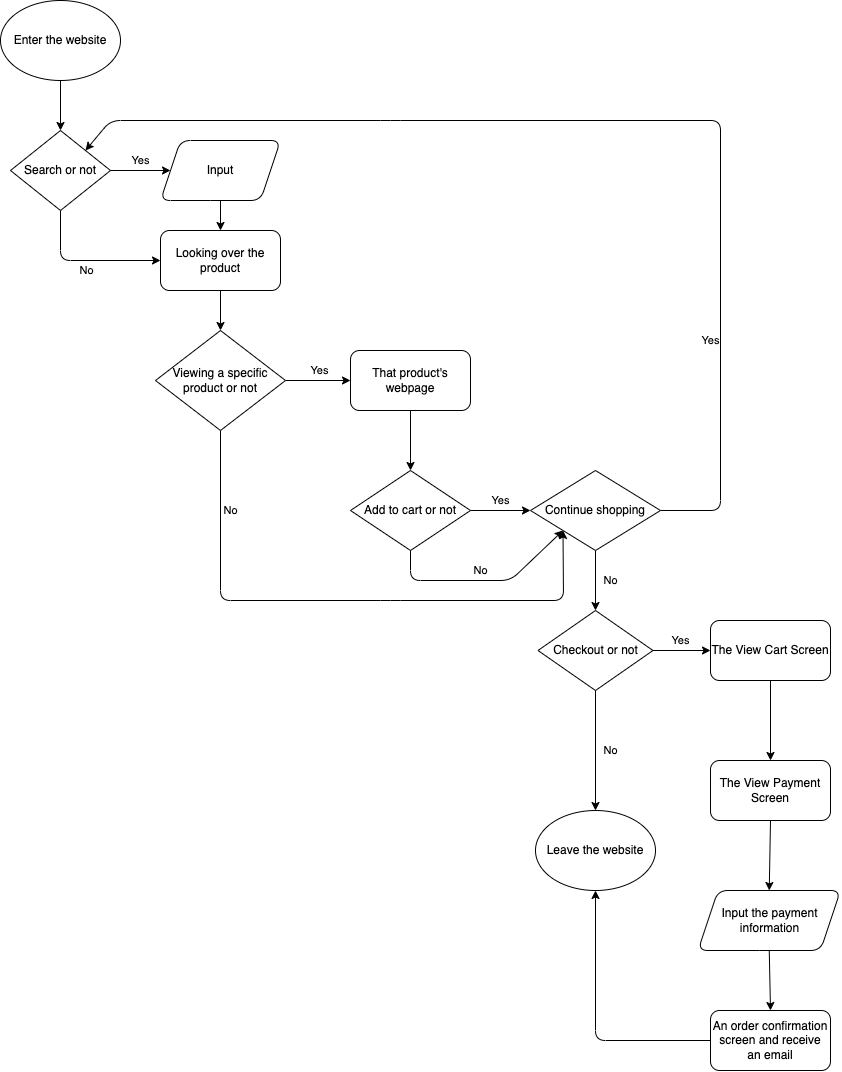
Before: explore/diagramming/diagram.drawio.png, a diagram exported from draw.io (VickyShu/fa22-cse110-lab4). Source tidied: cells renumbered, new cells last; positions are measured from the earlier drawing's top-left corner, leaving out a move shared by most shapes. The source it was exported from:
```xml
<mxGraphModel>
  <root>
    <mxCell id="0" />
    <mxCell id="1" parent="0" />
    <mxCell id="2" style="edgeStyle=none;html=1;exitX=0.5;exitY=1;exitDx=0;exitDy=0;entryX=0.5;entryY=0;entryDx=0;entryDy=0;" parent="1" edge="1" source="3" target="6">
      <mxGeometry relative="1" as="geometry" />
    </mxCell>
    <mxCell id="3" value="Enter the website" style="ellipse;whiteSpace=wrap;html=1;" parent="1" vertex="1">
      <mxGeometry width="120" height="80" as="geometry" />
    </mxCell>
    <mxCell id="4" value="Yes" style="edgeStyle=none;html=1;exitX=1;exitY=0.5;exitDx=0;exitDy=0;" parent="1" edge="1" source="6" target="8">
      <mxGeometry y="10" relative="1" as="geometry" />
    </mxCell>
    <mxCell id="5" value="No" style="edgeStyle=none;html=1;exitX=0.5;exitY=1;exitDx=0;exitDy=0;entryX=0;entryY=0.5;entryDx=0;entryDy=0;" parent="1" edge="1" source="6" target="10">
      <mxGeometry y="-10" relative="1" as="geometry">
        <Array as="points">
          <mxPoint x="60" y="260" />
        </Array>
      </mxGeometry>
    </mxCell>
    <mxCell id="6" value="Search or not" style="rhombus;whiteSpace=wrap;html=1;" parent="1" vertex="1">
      <mxGeometry x="10" y="130" width="100" height="80" as="geometry" />
    </mxCell>
    <mxCell id="7" style="edgeStyle=none;html=1;exitX=0.5;exitY=1;exitDx=0;exitDy=0;entryX=0.5;entryY=0;entryDx=0;entryDy=0;" parent="1" edge="1" source="8" target="10">
      <mxGeometry relative="1" as="geometry" />
    </mxCell>
    <mxCell id="8" value="Input" style="shape=parallelogram;perimeter=parallelogramPerimeter;whiteSpace=wrap;html=1;fixedSize=1;rounded=1;" parent="1" vertex="1">
      <mxGeometry x="160" y="140" width="120" height="60" as="geometry" />
    </mxCell>
    <mxCell id="9" style="edgeStyle=none;html=1;exitX=0.5;exitY=1;exitDx=0;exitDy=0;entryX=0.5;entryY=0;entryDx=0;entryDy=0;" parent="1" edge="1" source="10" target="13">
      <mxGeometry relative="1" as="geometry" />
    </mxCell>
    <mxCell id="10" value="Looking over the product" style="rounded=1;whiteSpace=wrap;html=1;" parent="1" vertex="1">
      <mxGeometry x="160" y="230" width="120" height="60" as="geometry" />
    </mxCell>
    <mxCell id="11" value="Yes" style="edgeStyle=none;html=1;exitX=1;exitY=0.5;exitDx=0;exitDy=0;entryX=0;entryY=0.5;entryDx=0;entryDy=0;" parent="1" edge="1" source="13" target="15">
      <mxGeometry x="0.08" y="10" relative="1" as="geometry" />
    </mxCell>
    <mxCell id="12" value="No" style="edgeStyle=none;html=1;exitX=0.5;exitY=1;exitDx=0;exitDy=0;entryX=0;entryY=1;entryDx=0;entryDy=0;" parent="1" edge="1" source="13" target="21">
      <mxGeometry x="-0.73" y="10" relative="1" as="geometry">
        <Array as="points">
          <mxPoint x="220" y="600" />
          <mxPoint x="390" y="600" />
          <mxPoint x="563" y="600" />
        </Array>
      </mxGeometry>
    </mxCell>
    <mxCell id="13" value="Viewing a specific product or not" style="rhombus;whiteSpace=wrap;html=1;rounded=0;" parent="1" vertex="1">
      <mxGeometry x="155" y="330" width="130" height="100" as="geometry" />
    </mxCell>
    <mxCell id="14" style="edgeStyle=none;html=1;exitX=0.5;exitY=1;exitDx=0;exitDy=0;entryX=0.5;entryY=0;entryDx=0;entryDy=0;" parent="1" edge="1" source="15" target="18">
      <mxGeometry relative="1" as="geometry" />
    </mxCell>
    <mxCell id="15" value="That product's webpage" style="rounded=1;whiteSpace=wrap;html=1;" parent="1" vertex="1">
      <mxGeometry x="350" y="350" width="120" height="60" as="geometry" />
    </mxCell>
    <mxCell id="16" value="Yes" style="edgeStyle=none;html=1;exitX=1;exitY=0.5;exitDx=0;exitDy=0;entryX=0;entryY=0.5;entryDx=0;entryDy=0;" parent="1" edge="1" source="18" target="21">
      <mxGeometry y="10" relative="1" as="geometry" />
    </mxCell>
    <mxCell id="17" value="No" style="edgeStyle=none;html=1;exitX=0.5;exitY=1;exitDx=0;exitDy=0;entryX=0;entryY=1;entryDx=0;entryDy=0;" parent="1" edge="1" source="18" target="21">
      <mxGeometry x="-0.01" y="10" relative="1" as="geometry">
        <Array as="points">
          <mxPoint x="410" y="580" />
          <mxPoint x="510" y="580" />
        </Array>
      </mxGeometry>
    </mxCell>
    <mxCell id="18" value="Add to cart or not" style="rhombus;whiteSpace=wrap;html=1;rounded=0;" parent="1" vertex="1">
      <mxGeometry x="350" y="470" width="120" height="80" as="geometry" />
    </mxCell>
    <mxCell id="19" value="Yes" style="edgeStyle=none;html=1;exitX=1;exitY=0.5;exitDx=0;exitDy=0;entryX=1;entryY=0;entryDx=0;entryDy=0;" parent="1" edge="1" source="21" target="6">
      <mxGeometry x="-0.58" y="10" relative="1" as="geometry">
        <Array as="points">
          <mxPoint x="720" y="510" />
          <mxPoint x="720" y="120" />
          <mxPoint x="390" y="120" />
          <mxPoint x="110" y="120" />
        </Array>
      </mxGeometry>
    </mxCell>
    <mxCell id="20" value="No" style="edgeStyle=none;html=1;exitX=0.5;exitY=1;exitDx=0;exitDy=0;entryX=0.5;entryY=0;entryDx=0;entryDy=0;" parent="1" edge="1" source="21" target="24">
      <mxGeometry y="15" relative="1" as="geometry" />
    </mxCell>
    <mxCell id="21" value="Continue shopping" style="rhombus;whiteSpace=wrap;html=1;rounded=0;" parent="1" vertex="1">
      <mxGeometry x="530" y="470" width="130" height="80" as="geometry" />
    </mxCell>
    <mxCell id="22" value="Yes" style="edgeStyle=none;html=1;exitX=1;exitY=0.5;exitDx=0;exitDy=0;entryX=0;entryY=0.5;entryDx=0;entryDy=0;" parent="1" edge="1" source="24" target="26">
      <mxGeometry x="-0.04" y="10" relative="1" as="geometry" />
    </mxCell>
    <mxCell id="23" value="No" style="edgeStyle=none;html=1;exitX=0.5;exitY=1;exitDx=0;exitDy=0;entryX=0.5;entryY=0;entryDx=0;entryDy=0;" parent="1" edge="1" source="24" target="27">
      <mxGeometry y="15" relative="1" as="geometry" />
    </mxCell>
    <mxCell id="24" value="Checkout or not" style="rhombus;whiteSpace=wrap;html=1;rounded=0;" parent="1" vertex="1">
      <mxGeometry x="537.5" y="610" width="115" height="80" as="geometry" />
    </mxCell>
    <mxCell id="25" style="edgeStyle=none;html=1;exitX=0.5;exitY=1;exitDx=0;exitDy=0;entryX=0.5;entryY=0;entryDx=0;entryDy=0;" parent="1" edge="1" source="26" target="29">
      <mxGeometry relative="1" as="geometry" />
    </mxCell>
    <mxCell id="26" value="The View Cart Screen" style="rounded=1;whiteSpace=wrap;html=1;" parent="1" vertex="1">
      <mxGeometry x="710" y="620" width="120" height="60" as="geometry" />
    </mxCell>
    <mxCell id="27" value="Leave the website" style="ellipse;whiteSpace=wrap;html=1;rounded=0;" parent="1" vertex="1">
      <mxGeometry x="535" y="810" width="120" height="80" as="geometry" />
    </mxCell>
    <mxCell id="28" style="edgeStyle=none;html=1;exitX=0.5;exitY=1;exitDx=0;exitDy=0;entryX=0.5;entryY=0;entryDx=0;entryDy=0;" parent="1" edge="1" source="29" target="31">
      <mxGeometry relative="1" as="geometry" />
    </mxCell>
    <mxCell id="29" value="The View Payment Screen" style="rounded=1;whiteSpace=wrap;html=1;" parent="1" vertex="1">
      <mxGeometry x="710" y="760" width="120" height="60" as="geometry" />
    </mxCell>
    <mxCell id="30" style="edgeStyle=none;html=1;exitX=0.5;exitY=1;exitDx=0;exitDy=0;entryX=0.5;entryY=0;entryDx=0;entryDy=0;" parent="1" edge="1" source="31" target="33">
      <mxGeometry relative="1" as="geometry" />
    </mxCell>
    <mxCell id="31" value="Input the payment information" style="shape=parallelogram;perimeter=parallelogramPerimeter;whiteSpace=wrap;html=1;fixedSize=1;rounded=1;" parent="1" vertex="1">
      <mxGeometry x="697.5" y="890" width="142.5" height="60" as="geometry" />
    </mxCell>
    <mxCell id="32" style="edgeStyle=none;html=1;exitX=0;exitY=0.5;exitDx=0;exitDy=0;entryX=0.5;entryY=1;entryDx=0;entryDy=0;" parent="1" edge="1" source="33" target="27">
      <mxGeometry relative="1" as="geometry">
        <Array as="points">
          <mxPoint x="595" y="1040" />
        </Array>
      </mxGeometry>
    </mxCell>
    <mxCell id="33" value="An order confirmation screen and receive an email" style="rounded=1;whiteSpace=wrap;html=1;" parent="1" vertex="1">
      <mxGeometry x="710" y="1010" width="120" height="60" as="geometry" />
    </mxCell>
  </root>
</mxGraphModel>
```
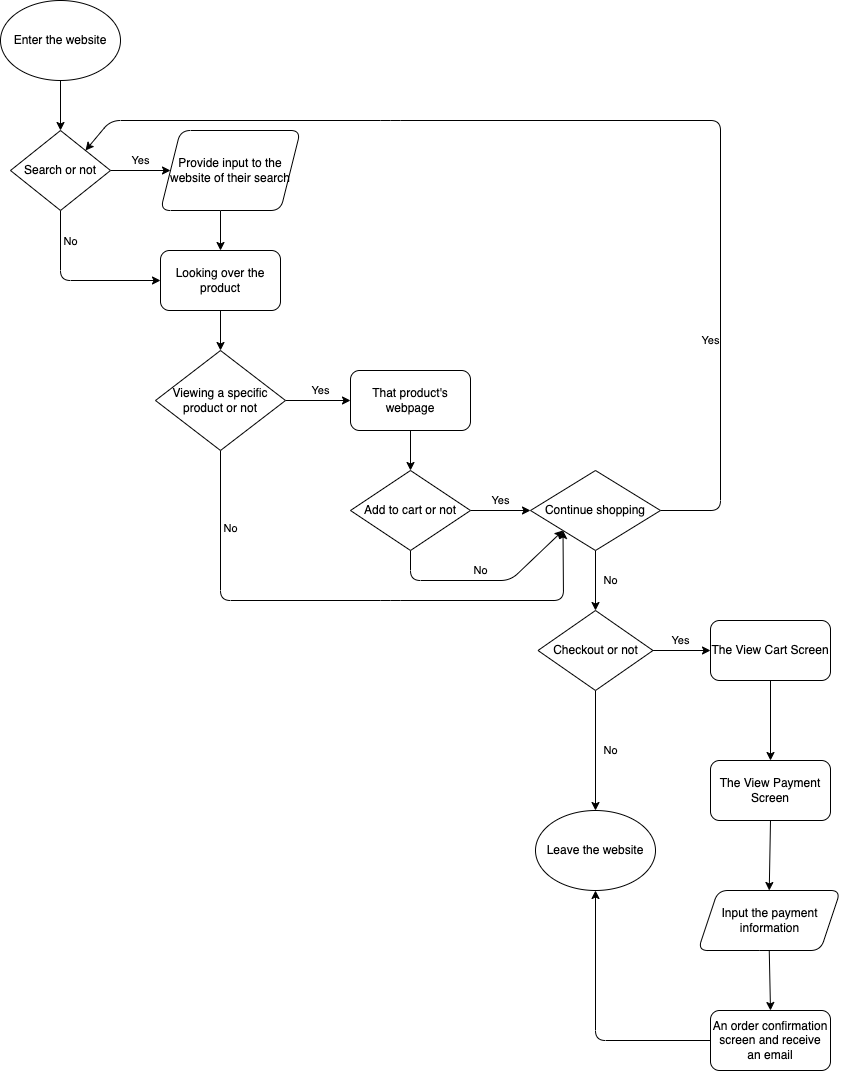
After the change.

The edit, as a diff of the source:
```diff
@@ -12,26 +12,29 @@
       <mxGeometry y="10" relative="1" as="geometry" />
     </mxCell>
     <mxCell id="5" value="No" style="edgeStyle=none;html=1;exitX=0.5;exitY=1;exitDx=0;exitDy=0;entryX=0;entryY=0.5;entryDx=0;entryDy=0;" parent="1" edge="1" source="6" target="10">
-      <mxGeometry y="-10" relative="1" as="geometry">
+      <mxGeometry x="-0.65" y="10" relative="1" as="geometry">
         <Array as="points">
-          <mxPoint x="60" y="260" />
+          <mxPoint x="60" y="280" />
         </Array>
+        <mxPoint y="1" as="offset" />
       </mxGeometry>
     </mxCell>
     <mxCell id="6" value="Search or not" style="rhombus;whiteSpace=wrap;html=1;" parent="1" vertex="1">
       <mxGeometry x="10" y="130" width="100" height="80" as="geometry" />
     </mxCell>
-    <mxCell id="7" style="edgeStyle=none;html=1;exitX=0.5;exitY=1;exitDx=0;exitDy=0;entryX=0.5;entryY=0;entryDx=0;entryDy=0;" parent="1" edge="1" source="8" target="10">
-      <mxGeometry relative="1" as="geometry" />
+    <mxCell id="7" style="edgeStyle=none;html=1;entryX=0.5;entryY=0;entryDx=0;entryDy=0;" parent="1" edge="1" target="10">
+      <mxGeometry relative="1" as="geometry">
+        <mxPoint x="220" y="210" as="sourcePoint" />
+      </mxGeometry>
     </mxCell>
-    <mxCell id="8" value="Input" style="shape=parallelogram;perimeter=parallelogramPerimeter;whiteSpace=wrap;html=1;fixedSize=1;rounded=1;" parent="1" vertex="1">
-      <mxGeometry x="160" y="140" width="120" height="60" as="geometry" />
+    <mxCell id="8" value="Provide input to the website of their search" style="shape=parallelogram;perimeter=parallelogramPerimeter;whiteSpace=wrap;html=1;fixedSize=1;rounded=1;" parent="1" vertex="1">
+      <mxGeometry x="160" y="130" width="140" height="80" as="geometry" />
     </mxCell>
     <mxCell id="9" style="edgeStyle=none;html=1;exitX=0.5;exitY=1;exitDx=0;exitDy=0;entryX=0.5;entryY=0;entryDx=0;entryDy=0;" parent="1" edge="1" source="10" target="13">
       <mxGeometry relative="1" as="geometry" />
     </mxCell>
     <mxCell id="10" value="Looking over the product" style="rounded=1;whiteSpace=wrap;html=1;" parent="1" vertex="1">
-      <mxGeometry x="160" y="230" width="120" height="60" as="geometry" />
+      <mxGeometry x="160" y="250" width="120" height="60" as="geometry" />
     </mxCell>
     <mxCell id="11" value="Yes" style="edgeStyle=none;html=1;exitX=1;exitY=0.5;exitDx=0;exitDy=0;entryX=0;entryY=0.5;entryDx=0;entryDy=0;" parent="1" edge="1" source="13" target="15">
       <mxGeometry x="0.08" y="10" relative="1" as="geometry" />
@@ -46,13 +49,13 @@
       </mxGeometry>
     </mxCell>
     <mxCell id="13" value="Viewing a specific product or not" style="rhombus;whiteSpace=wrap;html=1;rounded=0;" parent="1" vertex="1">
-      <mxGeometry x="155" y="330" width="130" height="100" as="geometry" />
+      <mxGeometry x="155" y="350" width="130" height="100" as="geometry" />
     </mxCell>
     <mxCell id="14" style="edgeStyle=none;html=1;exitX=0.5;exitY=1;exitDx=0;exitDy=0;entryX=0.5;entryY=0;entryDx=0;entryDy=0;" parent="1" edge="1" source="15" target="18">
       <mxGeometry relative="1" as="geometry" />
     </mxCell>
     <mxCell id="15" value="That product's webpage" style="rounded=1;whiteSpace=wrap;html=1;" parent="1" vertex="1">
-      <mxGeometry x="350" y="350" width="120" height="60" as="geometry" />
+      <mxGeometry x="350" y="370" width="120" height="60" as="geometry" />
     </mxCell>
     <mxCell id="16" value="Yes" style="edgeStyle=none;html=1;exitX=1;exitY=0.5;exitDx=0;exitDy=0;entryX=0;entryY=0.5;entryDx=0;entryDy=0;" parent="1" edge="1" source="18" target="21">
       <mxGeometry y="10" relative="1" as="geometry" />
```
